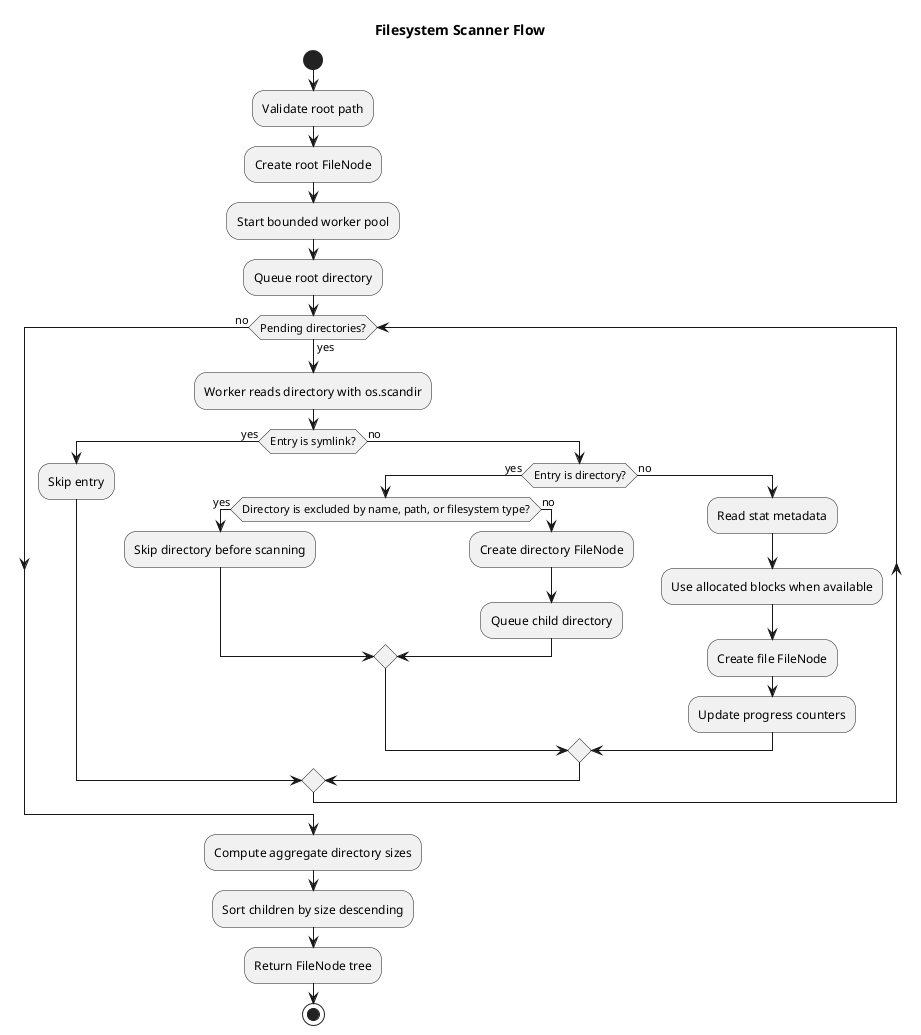
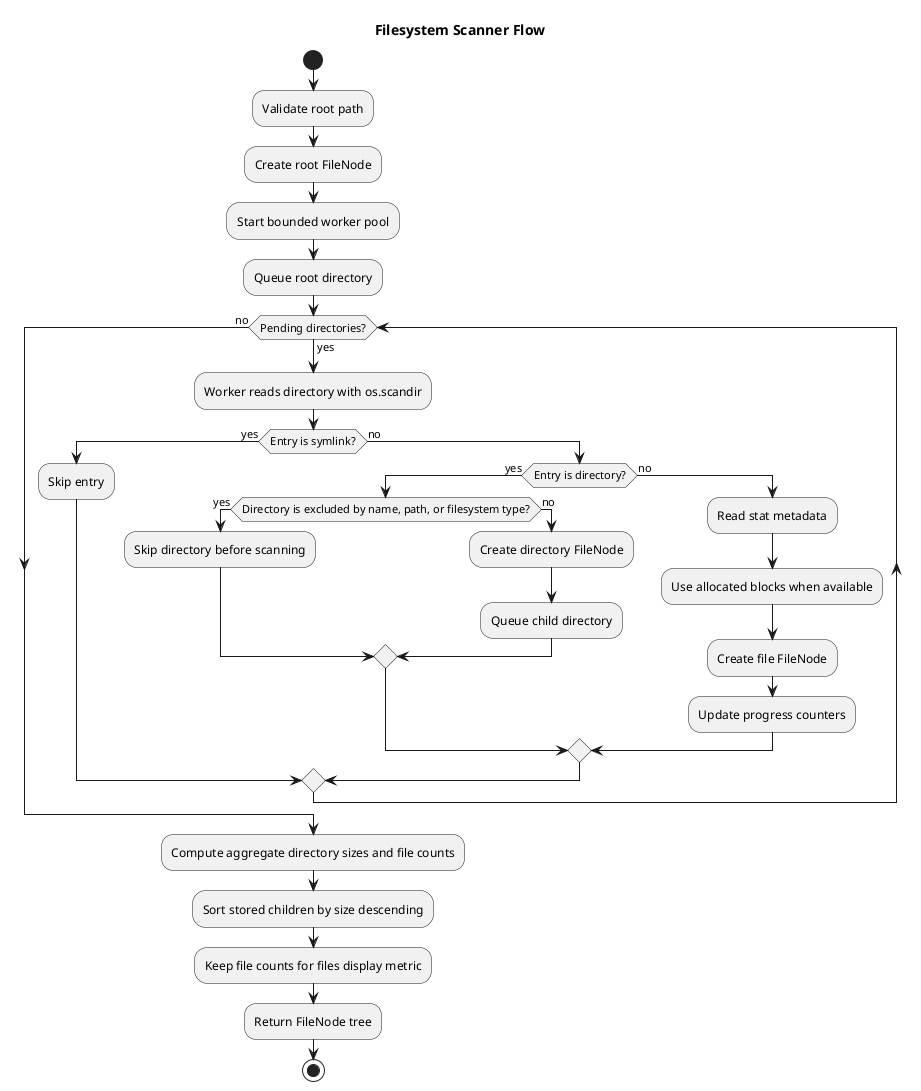
@startuml
title Filesystem Scanner Flow

start
:Validate root path;
:Create root FileNode;
:Start bounded worker pool;
:Queue root directory;

while (Pending directories?) is (yes)
  :Worker reads directory with os.scandir;
  if (Entry is symlink?) then (yes)
    :Skip entry;
  else (no)
    if (Entry is directory?) then (yes)
      if (Directory is excluded by name, path, or filesystem type?) then (yes)
        :Skip directory before scanning;
      else (no)
        :Create directory FileNode;
        :Queue child directory;
      endif
    else (no)
      :Read stat metadata;
      :Use allocated blocks when available;
      :Create file FileNode;
      :Update progress counters;
    endif
  endif
endwhile (no)

- :Compute aggregate directory sizes;
- :Sort children by size descending;
+ :Compute aggregate directory sizes and file counts;
+ :Sort stored children by size descending;
+ :Keep file counts for files display metric;
:Return FileNode tree;
stop

@enduml
